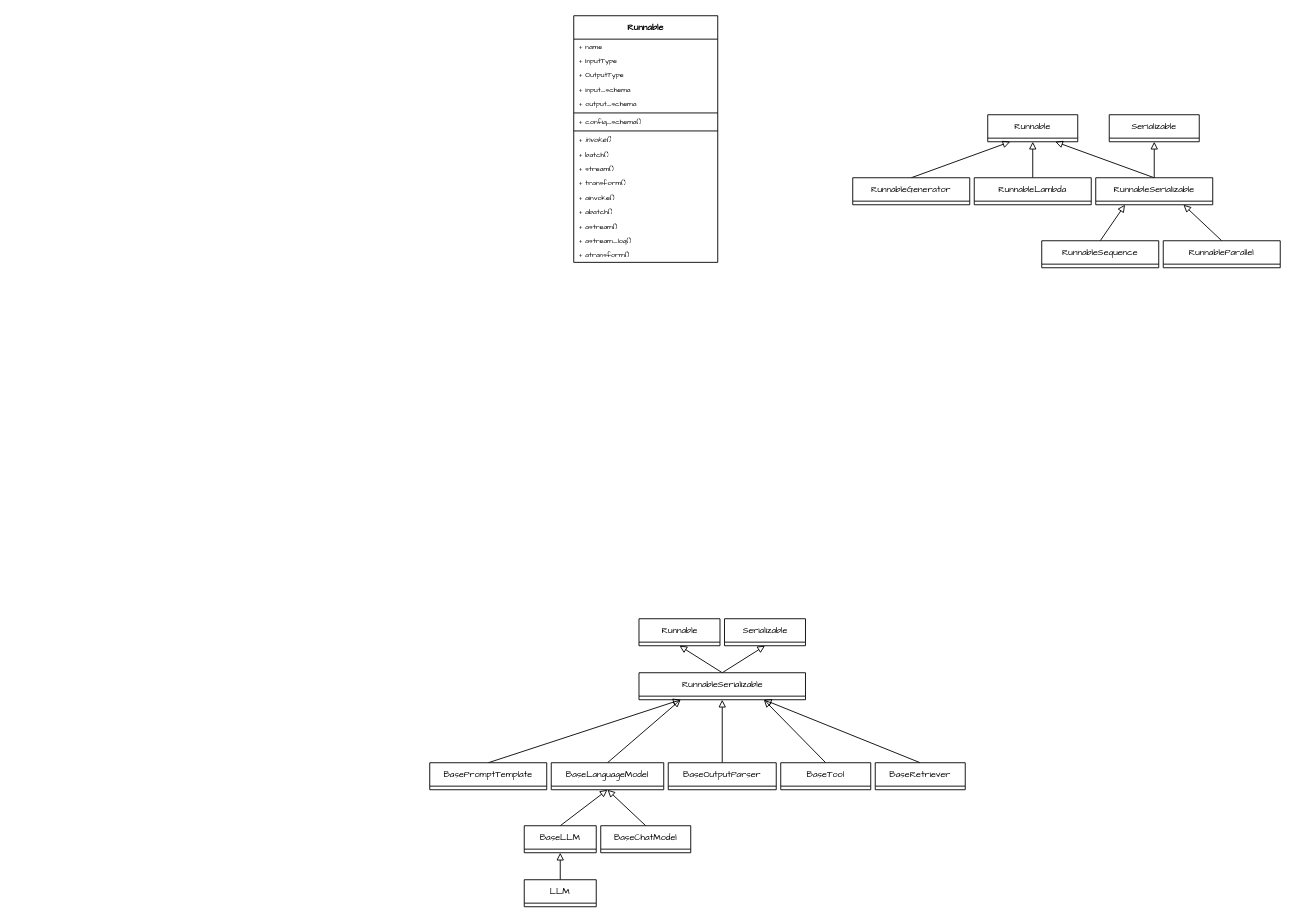
Above: page "Runnable" (2 of 7) of Draw_Files/langchain.drawio in wangmu0115/WangMu (draw.io), before the change. Source tidied: cells renumbered, new cells numbered last; positions are measured from the earlier drawing's top-left corner, leaving out a move shared by most shapes. Both pictures are drawn from the tidied source at 90%, with x=0, y=0 at pixel (429, 15).
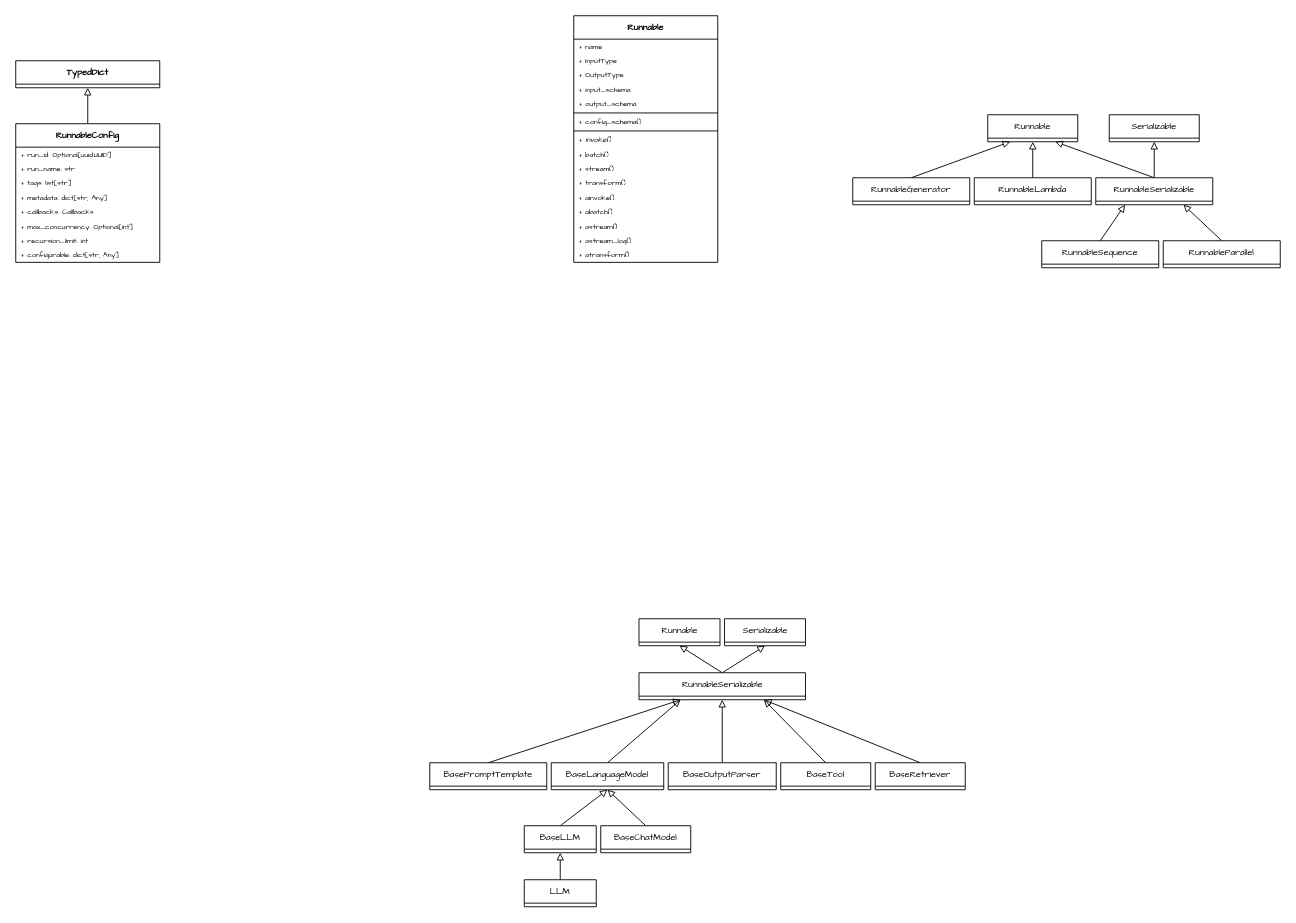
Above is the later version.

Diff of the diagram source:
```diff
@@
+    <mxCell id="54" style="rounded=0;jettySize=auto;html=1;exitX=0.5;exitY=0;exitDx=0;exitDy=0;entryX=0.5;entryY=1;entryDx=0;entryDy=0;endArrow=block;endFill=0;" parent="1" edge="1" source="55" target="64">
+      <mxGeometry relative="1" as="geometry" />
+    </mxCell>
+    <mxCell id="55" value="RunnableConfig" style="swimlane;fontStyle=1;align=center;verticalAlign=top;horizontal=1;startSize=26;whiteSpace=wrap;html=1;fontFamily=Comic Sans MS;fontSize=10;" parent="1" vertex="1">
+      <mxGeometry x="-460" y="120" width="160" height="154" as="geometry" />
+    </mxCell>
+    <mxCell id="56" value="&lt;span style=&quot;background-color: transparent; color: light-dark(rgb(0, 0, 0), rgb(255, 255, 255));&quot;&gt;+ run_id: Optional[uuid.UUID]&amp;nbsp;&lt;/span&gt;" style="text;strokeColor=none;fillColor=none;align=left;verticalAlign=middle;spacingLeft=4;spacingRight=4;overflow=hidden;whiteSpace=wrap;html=1;fontFamily=Comic Sans MS;fontSize=8;" parent="55" vertex="1">
+      <mxGeometry y="26" width="160" height="16" as="geometry" />
+    </mxCell>
+    <mxCell id="57" value="&lt;span style=&quot;background-color: transparent; color: light-dark(rgb(0, 0, 0), rgb(255, 255, 255));&quot;&gt;+ run_name: str&amp;nbsp;&lt;/span&gt;" style="text;strokeColor=none;fillColor=none;align=left;verticalAlign=middle;spacingLeft=4;spacingRight=4;overflow=hidden;whiteSpace=wrap;html=1;fontFamily=Comic Sans MS;fontSize=8;" parent="55" vertex="1">
+      <mxGeometry y="42" width="160" height="16" as="geometry" />
+    </mxCell>
+    <mxCell id="58" value="&lt;span style=&quot;background-color: transparent; color: light-dark(rgb(0, 0, 0), rgb(255, 255, 255));&quot;&gt;+ tags: list[str]&amp;nbsp;&lt;/span&gt;" style="text;strokeColor=none;fillColor=none;align=left;verticalAlign=middle;spacingLeft=4;spacingRight=4;overflow=hidden;whiteSpace=wrap;html=1;fontFamily=Comic Sans MS;fontSize=8;" parent="55" vertex="1">
+      <mxGeometry y="58" width="160" height="16" as="geometry" />
+    </mxCell>
+    <mxCell id="59" value="&lt;span style=&quot;background-color: transparent; color: light-dark(rgb(0, 0, 0), rgb(255, 255, 255));&quot;&gt;+ metadata: dict[str, Any]&amp;nbsp;&lt;/span&gt;" style="text;strokeColor=none;fillColor=none;align=left;verticalAlign=middle;spacingLeft=4;spacingRight=4;overflow=hidden;whiteSpace=wrap;html=1;fontFamily=Comic Sans MS;fontSize=8;" parent="55" vertex="1">
+      <mxGeometry y="74" width="160" height="16" as="geometry" />
+    </mxCell>
+    <mxCell id="60" value="&lt;span style=&quot;background-color: transparent; color: light-dark(rgb(0, 0, 0), rgb(255, 255, 255));&quot;&gt;+ callbacks: Callbacks&lt;/span&gt;" style="text;strokeColor=none;fillColor=none;align=left;verticalAlign=middle;spacingLeft=4;spacingRight=4;overflow=hidden;whiteSpace=wrap;html=1;fontFamily=Comic Sans MS;fontSize=8;" parent="55" vertex="1">
+      <mxGeometry y="90" width="160" height="16" as="geometry" />
+    </mxCell>
+    <mxCell id="61" value="&lt;span style=&quot;background-color: transparent; color: light-dark(rgb(0, 0, 0), rgb(255, 255, 255));&quot;&gt;+ max_concurrency: Optional[int]&lt;/span&gt;" style="text;strokeColor=none;fillColor=none;align=left;verticalAlign=middle;spacingLeft=4;spacingRight=4;overflow=hidden;whiteSpace=wrap;html=1;fontFamily=Comic Sans MS;fontSize=8;" parent="55" vertex="1">
+      <mxGeometry y="106" width="160" height="16" as="geometry" />
+    </mxCell>
+    <mxCell id="62" value="&lt;span style=&quot;background-color: transparent; color: light-dark(rgb(0, 0, 0), rgb(255, 255, 255));&quot;&gt;+ recursion_limit: int&amp;nbsp;&lt;/span&gt;" style="text;strokeColor=none;fillColor=none;align=left;verticalAlign=middle;spacingLeft=4;spacingRight=4;overflow=hidden;whiteSpace=wrap;html=1;fontFamily=Comic Sans MS;fontSize=8;" parent="55" vertex="1">
+      <mxGeometry y="122" width="160" height="16" as="geometry" />
+    </mxCell>
+    <mxCell id="63" value="&lt;span style=&quot;background-color: transparent; color: light-dark(rgb(0, 0, 0), rgb(255, 255, 255));&quot;&gt;+ configurable: dict[str, Any]&amp;nbsp;&lt;/span&gt;" style="text;strokeColor=none;fillColor=none;align=left;verticalAlign=middle;spacingLeft=4;spacingRight=4;overflow=hidden;whiteSpace=wrap;html=1;fontFamily=Comic Sans MS;fontSize=8;" parent="55" vertex="1">
+      <mxGeometry y="138" width="160" height="16" as="geometry" />
+    </mxCell>
+    <mxCell id="64" value="TypedDict" style="swimlane;fontStyle=1;align=center;verticalAlign=top;horizontal=1;startSize=26;whiteSpace=wrap;html=1;fontFamily=Comic Sans MS;fontSize=10;" parent="1" vertex="1" collapsed="1">
+      <mxGeometry x="-460" y="50" width="160" height="30" as="geometry" />
+    </mxCell>
```
